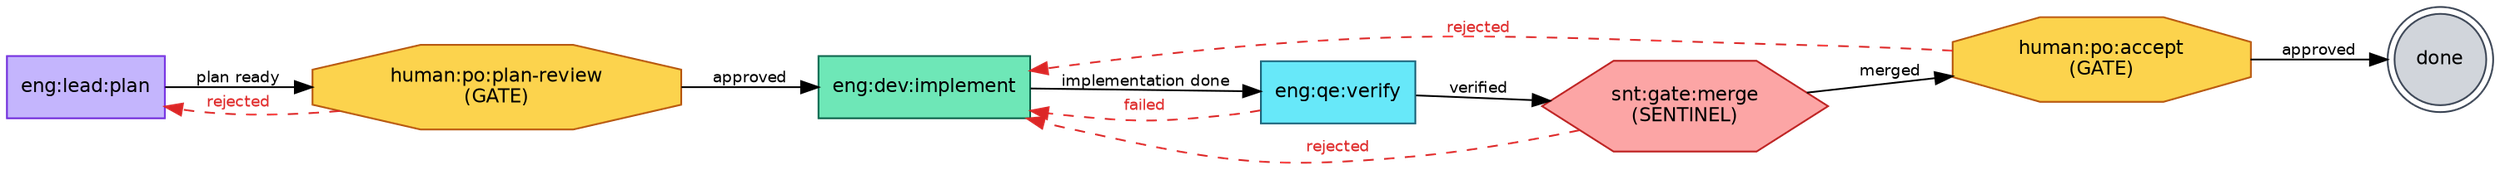
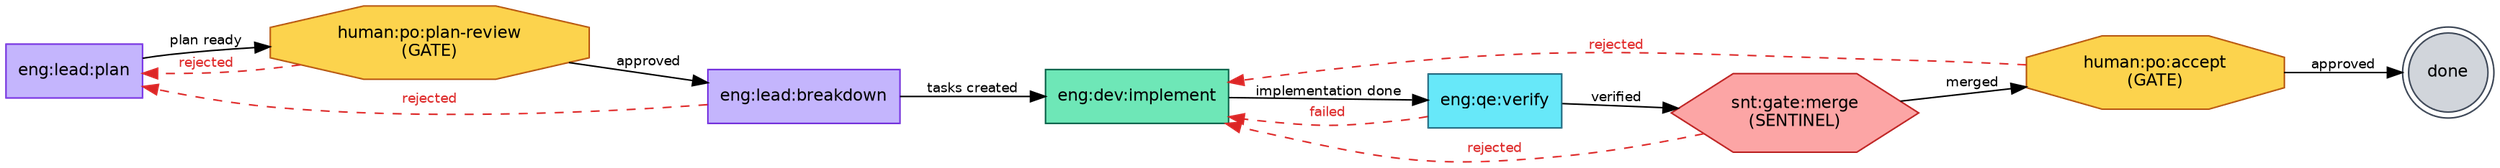
- // Story workflow state machine (7 statuses)
- // Statuses: eng:lead:plan, human:po:plan-review, eng:dev:implement,
- //           eng:qe:verify, snt:gate:merge, human:po:accept, done
+ // Story workflow state machine (8 statuses)
+ // Statuses: eng:lead:plan, human:po:plan-review, eng:lead:breakdown,
+ //           eng:dev:implement, eng:qe:verify, snt:gate:merge,
+ //           human:po:accept, done

digraph story {
    rankdir=LR;
    graph [fontname="Helvetica", bgcolor="transparent"];
    node [fontname="Helvetica", style="filled", fontsize=11];
    edge [fontname="Helvetica", fontsize=9];

    // Engineer Lead hat (purple)
    node [fillcolor="#C4B5FD", color="#6D28D9", shape=box];
    "eng:lead:plan";
+     "eng:lead:breakdown";

    // Human gates (amber, octagon = human decision)
    node [fillcolor="#FCD34D", color="#B45309", shape=octagon];
    "human:po:plan-review" [label="human:po:plan-review\n(GATE)"];
    "human:po:accept" [label="human:po:accept\n(GATE)"];

    // Engineer Developer hat (green)
    node [fillcolor="#6EE7B7", color="#065F46", shape=box];
    "eng:dev:implement";

    // Engineer QE hat (cyan)
    node [fillcolor="#67E8F9", color="#155E75", shape=box];
    "eng:qe:verify";

    // Sentinel (red — merge gate)
    node [fillcolor="#FCA5A5", color="#B91C1C", shape=hexagon];
    "snt:gate:merge" [label="snt:gate:merge\n(SENTINEL)"];

    // Terminal (done)
    node [fillcolor="#D1D5DB", color="#374151", shape=doublecircle];
    "done";

    // --- Happy path transitions ---
    "eng:lead:plan" -> "human:po:plan-review" [label="plan ready"];
-     "human:po:plan-review" -> "eng:dev:implement" [label="approved"];
+     "human:po:plan-review" -> "eng:lead:breakdown" [label="approved"];
+     "eng:lead:breakdown" -> "eng:dev:implement" [label="tasks created"];
    "eng:dev:implement" -> "eng:qe:verify" [label="implementation done"];
    "eng:qe:verify" -> "snt:gate:merge" [label="verified"];
    "snt:gate:merge" -> "human:po:accept" [label="merged"];
    "human:po:accept" -> "done" [label="approved"];

    // --- Rejection loops (dashed red) ---
    "human:po:plan-review" -> "eng:lead:plan" [label="rejected", style=dashed, color="#DC2626", fontcolor="#DC2626"];
+     "eng:lead:breakdown" -> "eng:lead:plan" [label="rejected", style=dashed, color="#DC2626", fontcolor="#DC2626"];
    "eng:qe:verify" -> "eng:dev:implement" [label="failed", style=dashed, color="#DC2626", fontcolor="#DC2626"];
    "snt:gate:merge" -> "eng:dev:implement" [label="rejected", style=dashed, color="#DC2626", fontcolor="#DC2626"];
    "human:po:accept" -> "eng:dev:implement" [label="rejected", style=dashed, color="#DC2626", fontcolor="#DC2626"];
}
